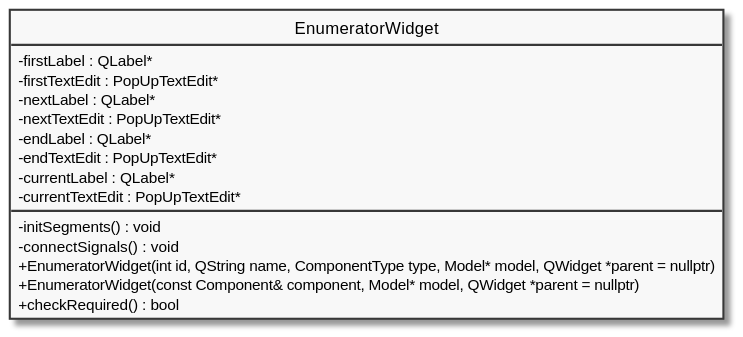
pecku/szakdoga keeps this PlantUML diagram as diagram/docs/EnumeratorWidget.svg. Above is the earlier version.
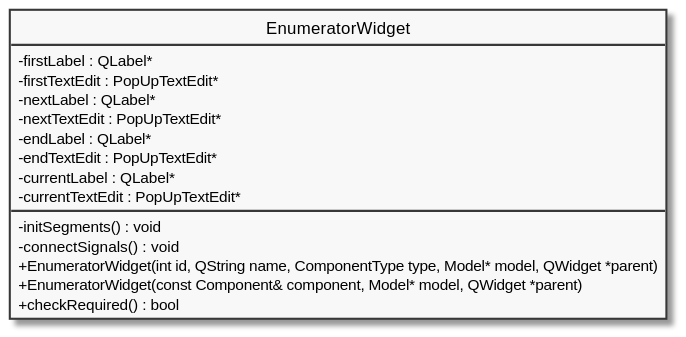
The same diagram one commit later.

Diff of the diagram source:
```diff
@@ -18,8 +18,8 @@
     - currentLabel : QLabel*
     - currentTextEdit : PopUpTextEdit*
 
-    + EnumeratorWidget(int id, QString name, ComponentType type, Model* model, QWidget *parent = nullptr)
-    + EnumeratorWidget(const Component& component, Model* model, QWidget *parent = nullptr)
+    + EnumeratorWidget(int id, QString name, ComponentType type, Model* model, QWidget *parent)
+    + EnumeratorWidget(const Component& component, Model* model, QWidget *parent)
     + checkRequired() : bool
 }
 
```
